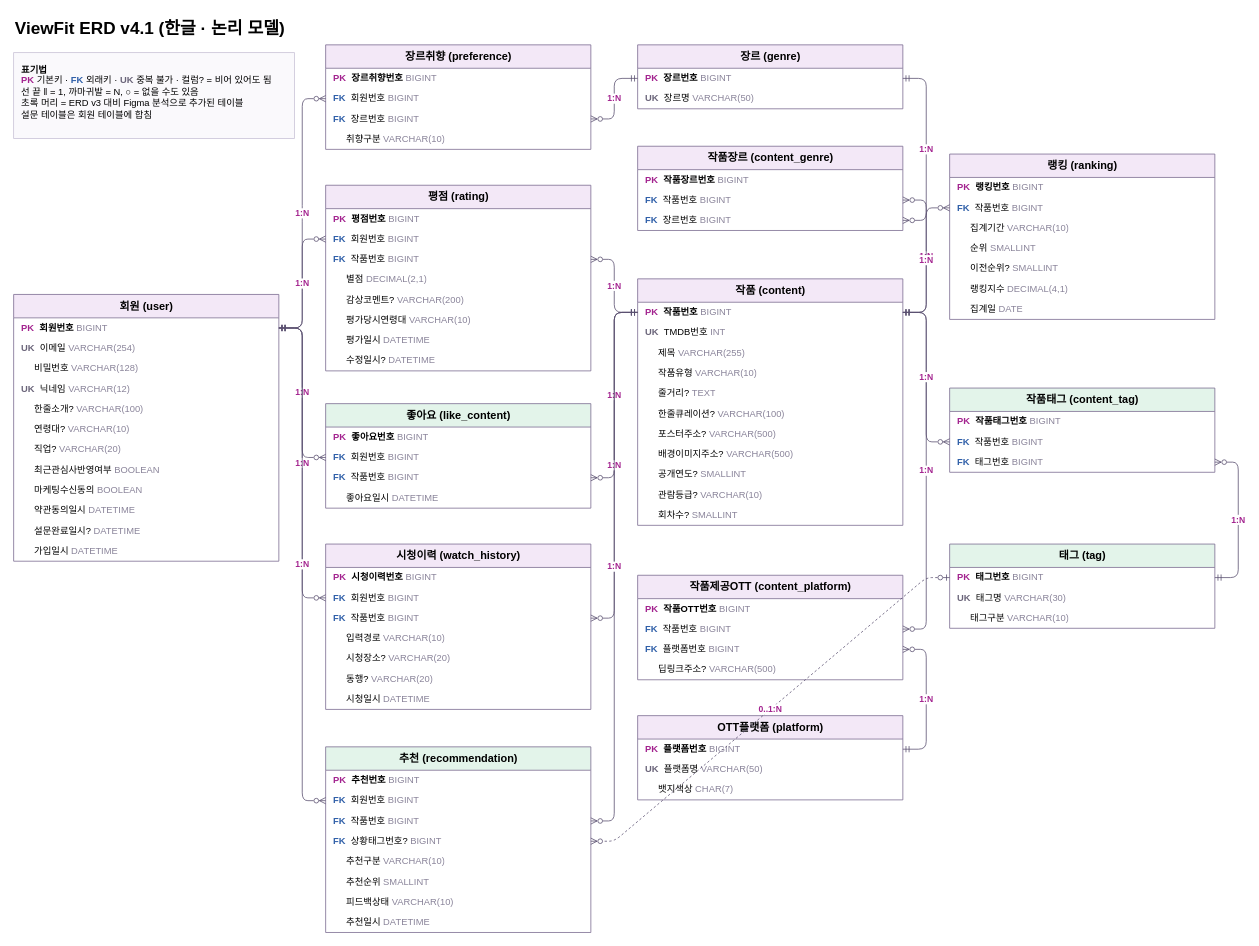
This is docs/erd/ViewFit_ERD_v4_korean.drawio from jungyojeong16-arch/team-project, a draw.io file, before an edit. Source tidied: cells renumbered, new cells numbered last; positions are measured from the earlier drawing's top-left corner, leaving out a move shared by most shapes. Both pictures are drawn from the tidied source at 78%, with x=0, y=0 at pixel (13, 13).
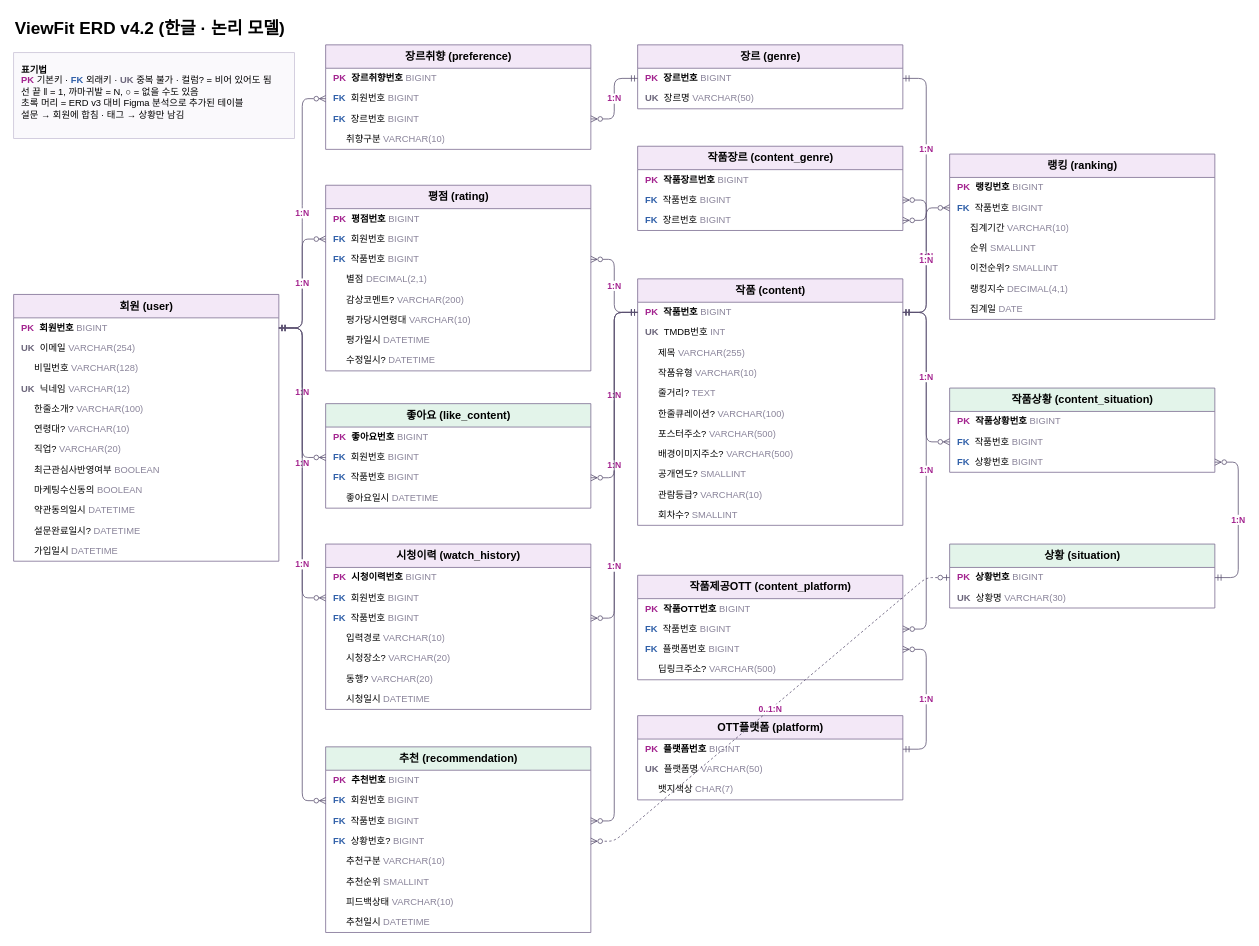
The same page after the edit.

Commit message (it also covers changes not shown here):
docs(erd): v4.2 — 태그를 상황(situation)으로 좁히고 분위기 해시태그 제외

Claude-Session: https://claude.ai/code/session_01AGHPrWPVMewxqzuUC2ocdc

Unchanged cells that the change refers to:
```xml
<mxCell id="44" value="추천  (recommendation)" style="swimlane;fontStyle=1;horizontal=1;startSize=30;html=1;fillColor=#E3F4EA;strokeColor=#7A6A8F;fontSize=14;swimlaneFillColor=#FFFFFF;" parent="1" vertex="1">
  <mxGeometry x="400" y="940" width="340" height="238" as="geometry" />
</mxCell>
```

Diff of the diagram source:
```diff
@@
-    <mxCell id="2" value="ViewFit ERD v4.1 (한글 · 논리 모델)" style="text;html=1;fontSize=22;fontStyle=1;align=left;verticalAlign=top;" parent="1" vertex="1">
+    <mxCell id="2" value="ViewFit ERD v4.2 (한글 · 논리 모델)" style="text;html=1;fontSize=22;fontStyle=1;align=left;verticalAlign=top;" parent="1" vertex="1">
       <mxGeometry width="420" height="36" as="geometry" />
     </mxCell>
-    <mxCell id="3" value="&lt;b&gt;표기법&lt;/b&gt;&lt;br&gt;&lt;font color='#A3238F'&gt;&lt;b&gt;PK&lt;/b&gt;&lt;/font&gt; 기본키 · &lt;font color='#2F5FA8'&gt;&lt;b&gt;FK&lt;/b&gt;&lt;/font&gt; 외래키 · &lt;font color='#6A6479'&gt;&lt;b&gt;UK&lt;/b&gt;&lt;/font&gt; 중복 불가 · 컬럼? = 비어 있어도 됨&lt;br&gt;선 끝 ‖ = 1, 까마귀발 = N, ○ = 없을 수도 있음&lt;br&gt;초록 머리 = ERD v3 대비 Figma 분석으로 추가된 테이블&lt;br&gt;설문 테이블은 회원 테이블에 합침" style="text;html=1;align=left;verticalAlign=top;fontSize=12;strokeColor=#C9C2D6;fillColor=#FAF9FC;spacing=10;" parent="1" vertex="1">
+    <mxCell id="3" value="&lt;b&gt;표기법&lt;/b&gt;&lt;br&gt;&lt;font color='#A3238F'&gt;&lt;b&gt;PK&lt;/b&gt;&lt;/font&gt; 기본키 · &lt;font color='#2F5FA8'&gt;&lt;b&gt;FK&lt;/b&gt;&lt;/font&gt; 외래키 · &lt;font color='#6A6479'&gt;&lt;b&gt;UK&lt;/b&gt;&lt;/font&gt; 중복 불가 · 컬럼? = 비어 있어도 됨&lt;br&gt;선 끝 ‖ = 1, 까마귀발 = N, ○ = 없을 수도 있음&lt;br&gt;초록 머리 = ERD v3 대비 Figma 분석으로 추가된 테이블&lt;br&gt;설문 → 회원에 합침 · 태그 → 상황만 남김" style="text;html=1;align=left;verticalAlign=top;fontSize=12;strokeColor=#C9C2D6;fillColor=#FAF9FC;spacing=10;" parent="1" vertex="1">
       <mxGeometry y="50" width="360" height="110" as="geometry" />
     </mxCell>
@@
-    <mxCell id="48" value="&lt;font color='#2F5FA8'&gt;&lt;b&gt;FK&lt;/b&gt;&lt;/font&gt;&amp;nbsp;&amp;nbsp;상황태그번호? &lt;font color='#8A849A'&gt;BIGINT&lt;/font&gt;" style="text;html=1;strokeColor=none;fillColor=none;align=left;verticalAlign=middle;spacingLeft=8;overflow=hidden;points=[[0,0.5],[1,0.5]];portConstraint=eastwest;fontSize=12;" parent="44" vertex="1">
+    <mxCell id="48" value="&lt;font color='#2F5FA8'&gt;&lt;b&gt;FK&lt;/b&gt;&lt;/font&gt;&amp;nbsp;&amp;nbsp;상황번호? &lt;font color='#8A849A'&gt;BIGINT&lt;/font&gt;" style="text;html=1;strokeColor=none;fillColor=none;align=left;verticalAlign=middle;spacingLeft=8;overflow=hidden;points=[[0,0.5],[1,0.5]];portConstraint=eastwest;fontSize=12;" parent="44" vertex="1">
       <mxGeometry y="108" width="340" height="26" as="geometry" />
     </mxCell>
@@
-    <mxCell id="89" value="작품태그  (content_tag)" style="swimlane;fontStyle=1;horizontal=1;startSize=30;html=1;fillColor=#E3F4EA;strokeColor=#7A6A8F;fontSize=14;swimlaneFillColor=#FFFFFF;" parent="1" vertex="1">
-      <mxGeometry x="1200" y="480" width="340" height="108" as="geometry" />
-    </mxCell>
-    <mxCell id="90" value="&lt;font color='#A3238F'&gt;&lt;b&gt;PK&lt;/b&gt;&lt;/font&gt;&amp;nbsp;&amp;nbsp;&lt;b&gt;작품태그번호&lt;/b&gt; &lt;font color='#8A849A'&gt;BIGINT&lt;/font&gt;" style="text;html=1;strokeColor=none;fillColor=none;align=left;verticalAlign=middle;spacingLeft=8;overflow=hidden;fontSize=12;" parent="89" vertex="1">
-      <mxGeometry y="30" width="340" height="26" as="geometry" />
-    </mxCell>
+    <mxCell id="115" value="작품상황  (content_situation)" style="swimlane;fontStyle=1;horizontal=1;startSize=30;html=1;fillColor=#E3F4EA;strokeColor=#7A6A8F;fontSize=14;swimlaneFillColor=#FFFFFF;" parent="1" vertex="1">
+      <mxGeometry x="1200" y="480" width="340" height="108" as="geometry" />
+    </mxCell>
+    <mxCell id="116" value="&lt;font color='#A3238F'&gt;&lt;b&gt;PK&lt;/b&gt;&lt;/font&gt;&amp;nbsp;&amp;nbsp;&lt;b&gt;작품상황번호&lt;/b&gt; &lt;font color='#8A849A'&gt;BIGINT&lt;/font&gt;" style="text;html=1;strokeColor=none;fillColor=none;align=left;verticalAlign=middle;spacingLeft=8;overflow=hidden;fontSize=12;" parent="115" vertex="1">
+      <mxGeometry y="30" width="340" height="26" as="geometry" />
+    </mxCell>
-    <mxCell id="91" value="&lt;font color='#2F5FA8'&gt;&lt;b&gt;FK&lt;/b&gt;&lt;/font&gt;&amp;nbsp;&amp;nbsp;작품번호 &lt;font color='#8A849A'&gt;BIGINT&lt;/font&gt;" style="text;html=1;strokeColor=none;fillColor=none;align=left;verticalAlign=middle;spacingLeft=8;overflow=hidden;points=[[0,0.5],[1,0.5]];portConstraint=eastwest;fontSize=12;" parent="89" vertex="1">
+    <mxCell id="91" value="&lt;font color='#2F5FA8'&gt;&lt;b&gt;FK&lt;/b&gt;&lt;/font&gt;&amp;nbsp;&amp;nbsp;작품번호 &lt;font color='#8A849A'&gt;BIGINT&lt;/font&gt;" style="text;html=1;strokeColor=none;fillColor=none;align=left;verticalAlign=middle;spacingLeft=8;overflow=hidden;points=[[0,0.5],[1,0.5]];portConstraint=eastwest;fontSize=12;" parent="115" vertex="1">
       <mxGeometry y="56" width="340" height="26" as="geometry" />
     </mxCell>
-    <mxCell id="92" value="&lt;font color='#2F5FA8'&gt;&lt;b&gt;FK&lt;/b&gt;&lt;/font&gt;&amp;nbsp;&amp;nbsp;태그번호 &lt;font color='#8A849A'&gt;BIGINT&lt;/font&gt;" style="text;html=1;strokeColor=none;fillColor=none;align=left;verticalAlign=middle;spacingLeft=8;overflow=hidden;points=[[0,0.5],[1,0.5]];portConstraint=eastwest;fontSize=12;" parent="89" vertex="1">
-      <mxGeometry y="82" width="340" height="26" as="geometry" />
-    </mxCell>
-    <mxCell id="93" value="태그  (tag)" style="swimlane;fontStyle=1;horizontal=1;startSize=30;html=1;fillColor=#E3F4EA;strokeColor=#7A6A8F;fontSize=14;swimlaneFillColor=#FFFFFF;" parent="1" vertex="1">
-      <mxGeometry x="1200" y="680" width="340" height="108" as="geometry" />
-    </mxCell>
-    <mxCell id="94" value="&lt;font color='#A3238F'&gt;&lt;b&gt;PK&lt;/b&gt;&lt;/font&gt;&amp;nbsp;&amp;nbsp;&lt;b&gt;태그번호&lt;/b&gt; &lt;font color='#8A849A'&gt;BIGINT&lt;/font&gt;" style="text;html=1;strokeColor=none;fillColor=none;align=left;verticalAlign=middle;spacingLeft=8;overflow=hidden;points=[[0,0.5],[1,0.5]];portConstraint=eastwest;fontSize=12;" parent="93" vertex="1">
-      <mxGeometry y="30" width="340" height="26" as="geometry" />
-    </mxCell>
-    <mxCell id="95" value="&lt;font color='#6A6479'&gt;&lt;b&gt;UK&lt;/b&gt;&lt;/font&gt;&amp;nbsp;&amp;nbsp;태그명 &lt;font color='#8A849A'&gt;VARCHAR(30)&lt;/font&gt;" style="text;html=1;strokeColor=none;fillColor=none;align=left;verticalAlign=middle;spacingLeft=8;overflow=hidden;fontSize=12;" parent="93" vertex="1">
-      <mxGeometry y="56" width="340" height="26" as="geometry" />
-    </mxCell>
-    <mxCell id="96" value="&amp;nbsp;&amp;nbsp;&amp;nbsp;&amp;nbsp;&amp;nbsp;태그구분 &lt;font color='#8A849A'&gt;VARCHAR(10)&lt;/font&gt;" style="text;html=1;strokeColor=none;fillColor=none;align=left;verticalAlign=middle;spacingLeft=8;overflow=hidden;fontSize=12;" parent="93" vertex="1">
-      <mxGeometry y="82" width="340" height="26" as="geometry" />
-    </mxCell>
+    <mxCell id="117" value="&lt;font color='#2F5FA8'&gt;&lt;b&gt;FK&lt;/b&gt;&lt;/font&gt;&amp;nbsp;&amp;nbsp;상황번호 &lt;font color='#8A849A'&gt;BIGINT&lt;/font&gt;" style="text;html=1;strokeColor=none;fillColor=none;align=left;verticalAlign=middle;spacingLeft=8;overflow=hidden;points=[[0,0.5],[1,0.5]];portConstraint=eastwest;fontSize=12;" parent="115" vertex="1">
+      <mxGeometry y="82" width="340" height="26" as="geometry" />
+    </mxCell>
+    <mxCell id="118" value="상황  (situation)" style="swimlane;fontStyle=1;horizontal=1;startSize=30;html=1;fillColor=#E3F4EA;strokeColor=#7A6A8F;fontSize=14;swimlaneFillColor=#FFFFFF;" parent="1" vertex="1">
+      <mxGeometry x="1200" y="680" width="340" height="82" as="geometry" />
+    </mxCell>
+    <mxCell id="119" value="&lt;font color='#A3238F'&gt;&lt;b&gt;PK&lt;/b&gt;&lt;/font&gt;&amp;nbsp;&amp;nbsp;&lt;b&gt;상황번호&lt;/b&gt; &lt;font color='#8A849A'&gt;BIGINT&lt;/font&gt;" style="text;html=1;strokeColor=none;fillColor=none;align=left;verticalAlign=middle;spacingLeft=8;overflow=hidden;points=[[0,0.5],[1,0.5]];portConstraint=eastwest;fontSize=12;" parent="118" vertex="1">
+      <mxGeometry y="30" width="340" height="26" as="geometry" />
+    </mxCell>
+    <mxCell id="120" value="&lt;font color='#6A6479'&gt;&lt;b&gt;UK&lt;/b&gt;&lt;/font&gt;&amp;nbsp;&amp;nbsp;상황명 &lt;font color='#8A849A'&gt;VARCHAR(30)&lt;/font&gt;" style="text;html=1;strokeColor=none;fillColor=none;align=left;verticalAlign=middle;spacingLeft=8;overflow=hidden;fontSize=12;" parent="118" vertex="1">
+      <mxGeometry y="56" width="340" height="26" as="geometry" />
+    </mxCell>
@@
-    <mxCell id="107" value="0..1:N" style="edgeStyle=entityRelationEdgeStyle;html=1;startArrow=ERzeroToOne;endArrow=ERzeroToMany;startFill=0;endFill=0;strokeColor=#5B5070;fontSize=11;fontStyle=1;fontColor=#A3238F;labelBackgroundColor=#FFFFFF;dashed=1;" parent="1" edge="1" source="94" target="48">
+    <mxCell id="107" value="0..1:N" style="edgeStyle=entityRelationEdgeStyle;html=1;startArrow=ERzeroToOne;endArrow=ERzeroToMany;startFill=0;endFill=0;strokeColor=#5B5070;fontSize=11;fontStyle=1;fontColor=#A3238F;labelBackgroundColor=#FFFFFF;dashed=1;" parent="1" edge="1" source="119" target="48">
       <mxGeometry relative="1" as="geometry" />
     </mxCell>
@@
-    <mxCell id="113" value="1:N" style="edgeStyle=entityRelationEdgeStyle;html=1;startArrow=ERmandOne;endArrow=ERzeroToMany;startFill=0;endFill=0;strokeColor=#5B5070;fontSize=11;fontStyle=1;fontColor=#A3238F;labelBackgroundColor=#FFFFFF;" parent="1" edge="1" source="94" target="92">
+    <mxCell id="113" value="1:N" style="edgeStyle=entityRelationEdgeStyle;html=1;startArrow=ERmandOne;endArrow=ERzeroToMany;startFill=0;endFill=0;strokeColor=#5B5070;fontSize=11;fontStyle=1;fontColor=#A3238F;labelBackgroundColor=#FFFFFF;" parent="1" edge="1" source="119" target="117">
       <mxGeometry relative="1" as="geometry" />
     </mxCell>
```
